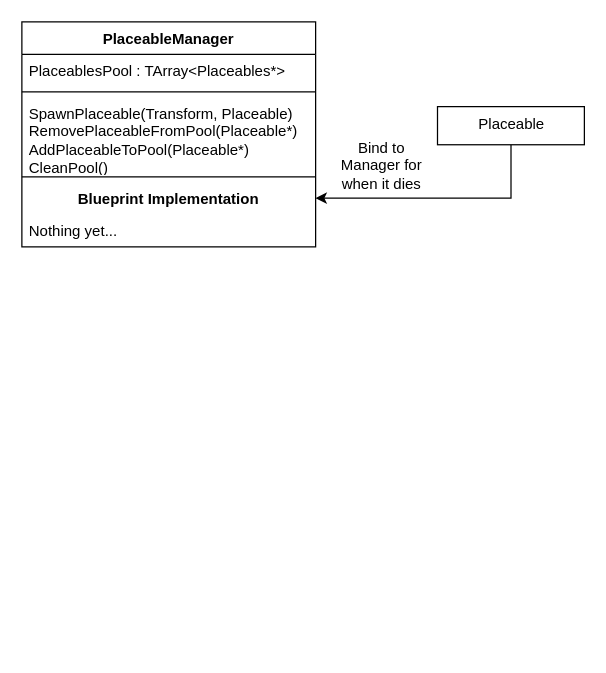
Above: Design/PlaceableManagerDesign.drawio in Edge321/DragonsDefense_v2 (draw.io), before the change. Source tidied: cells renumbered, new cells numbered last; positions are measured from the earlier drawing's top-left corner, leaving out a move shared by most shapes. Both pictures are drawn from the tidied source at 125%, with x=0, y=0 at pixel (21, 21).
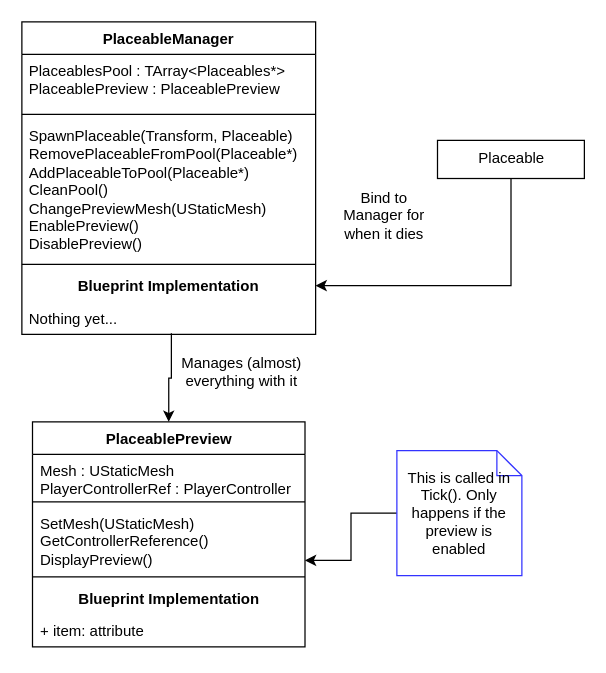
The same page after the edit.

Diff of the diagram source:
```diff
@@
     <mxCell id="2" value="PlaceableManager" style="swimlane;fontStyle=1;align=center;verticalAlign=top;horizontal=1;startSize=26;whiteSpace=wrap;html=1;" parent="1" vertex="1">
-      <mxGeometry width="235" height="180" as="geometry" />
+      <mxGeometry width="235" height="250" as="geometry" />
     </mxCell>
-    <mxCell id="3" value="PlaceablesPool : TArray&amp;lt;Placeables*&amp;gt;" style="text;strokeColor=none;fillColor=none;align=left;verticalAlign=top;spacingLeft=4;spacingRight=4;overflow=hidden;whiteSpace=wrap;html=1;" parent="2" vertex="1">
-      <mxGeometry y="26" width="235" height="26" as="geometry" />
+    <mxCell id="3" value="PlaceablesPool : TArray&amp;lt;Placeables*&amp;gt;&lt;br&gt;PlaceablePreview : PlaceablePreview" style="text;strokeColor=none;fillColor=none;align=left;verticalAlign=top;spacingLeft=4;spacingRight=4;overflow=hidden;whiteSpace=wrap;html=1;" parent="2" vertex="1">
+      <mxGeometry y="26" width="235" height="44" as="geometry" />
     </mxCell>
     <mxCell id="4" style="line;strokeWidth=1;fillColor=none;align=left;verticalAlign=middle;spacingTop=-1;spacingLeft=3;spacingRight=3;labelPosition=right;strokeColor=inherit;" parent="2" vertex="1">
-      <mxGeometry y="52" width="235" height="8" as="geometry" />
+      <mxGeometry y="70" width="235" height="8" as="geometry" />
     </mxCell>
-    <mxCell id="5" value="SpawnPlaceable(Transform, Placeable)&lt;br&gt;RemovePlaceableFromPool(Placeable*)&lt;br&gt;AddPlaceableToPool(Placeable*)&lt;br&gt;CleanPool()" style="text;strokeColor=none;fillColor=none;align=left;verticalAlign=top;spacingLeft=4;spacingRight=4;overflow=hidden;whiteSpace=wrap;html=1;" parent="2" vertex="1">
-      <mxGeometry y="60" width="235" height="60" as="geometry" />
+    <mxCell id="5" value="SpawnPlaceable(Transform, Placeable)&lt;br&gt;RemovePlaceableFromPool(Placeable*)&lt;br&gt;AddPlaceableToPool(Placeable*)&lt;br&gt;CleanPool()&lt;br&gt;ChangePreviewMesh(UStaticMesh)&lt;br&gt;EnablePreview()&lt;br&gt;DisablePreview()" style="text;strokeColor=none;fillColor=none;align=left;verticalAlign=top;spacingLeft=4;spacingRight=4;overflow=hidden;whiteSpace=wrap;html=1;" parent="2" vertex="1">
+      <mxGeometry y="78" width="235" height="112" as="geometry" />
     </mxCell>
     <mxCell id="6" style="line;strokeWidth=1;fillColor=none;align=left;verticalAlign=middle;spacingTop=-1;spacingLeft=3;spacingRight=3;labelPosition=right;strokeColor=inherit;" parent="2" vertex="1">
-      <mxGeometry y="120" width="235" height="8" as="geometry" />
+      <mxGeometry y="190" width="235" height="8" as="geometry" />
     </mxCell>
     <mxCell id="7" value="&lt;b&gt;Blueprint Implementation&lt;/b&gt;" style="text;strokeColor=none;fillColor=none;align=center;verticalAlign=top;spacingLeft=4;spacingRight=4;overflow=hidden;points=[[0,0.5],[1,0.5]];portConstraint=eastwest;whiteSpace=wrap;html=1;" parent="2" vertex="1">
-      <mxGeometry y="128" width="235" height="26" as="geometry" />
+      <mxGeometry y="198" width="235" height="26" as="geometry" />
     </mxCell>
     <mxCell id="8" value="Nothing yet..." style="text;strokeColor=none;fillColor=none;align=left;verticalAlign=top;spacingLeft=4;spacingRight=4;overflow=hidden;points=[[0,0.5],[1,0.5]];portConstraint=eastwest;whiteSpace=wrap;html=1;" parent="2" vertex="1">
-      <mxGeometry y="154" width="235" height="26" as="geometry" />
+      <mxGeometry y="224" width="235" height="26" as="geometry" />
     </mxCell>
@@
     <mxCell id="10" value="&lt;span style=&quot;font-weight: normal;&quot;&gt;Placeable&lt;/span&gt;" style="whiteSpace=wrap;html=1;verticalAlign=top;fontStyle=1;startSize=26;" parent="1" vertex="1">
-      <mxGeometry x="332.5" y="67.8" width="117.5" height="30.5" as="geometry" />
+      <mxGeometry x="332.5" y="94.8" width="117.5" height="30.5" as="geometry" />
     </mxCell>
     <mxCell id="11" value="Bind to Manager for when it dies" style="text;html=1;strokeColor=none;fillColor=none;align=center;verticalAlign=middle;whiteSpace=wrap;rounded=0;" parent="1" vertex="1">
-      <mxGeometry x="242.5" y="90" width="90" height="49" as="geometry" />
+      <mxGeometry x="245" y="130" width="90" height="49" as="geometry" />
     </mxCell>
+    <mxCell id="12" value="PlaceablePreview" style="swimlane;fontStyle=1;align=center;verticalAlign=top;horizontal=1;startSize=26;whiteSpace=wrap;html=1;" parent="1" vertex="1">
+      <mxGeometry x="8.5" y="320" width="218" height="180" as="geometry" />
+    </mxCell>
+    <mxCell id="13" value="Mesh : UStaticMesh&lt;br&gt;PlayerControllerRef : PlayerController" style="text;strokeColor=none;fillColor=none;align=left;verticalAlign=top;spacingLeft=4;spacingRight=4;overflow=hidden;whiteSpace=wrap;html=1;" parent="12" vertex="1">
+      <mxGeometry y="26" width="218" height="34" as="geometry" />
+    </mxCell>
+    <mxCell id="14" style="line;strokeWidth=1;fillColor=none;align=left;verticalAlign=middle;spacingTop=-1;spacingLeft=3;spacingRight=3;labelPosition=right;strokeColor=inherit;" parent="12" vertex="1">
+      <mxGeometry y="60" width="218" height="8" as="geometry" />
+    </mxCell>
+    <mxCell id="15" value="SetMesh(UStaticMesh)&lt;br&gt;GetControllerReference()&lt;br&gt;DisplayPreview()" style="text;strokeColor=none;fillColor=none;align=left;verticalAlign=top;spacingLeft=4;spacingRight=4;overflow=hidden;points=[[0,0.5],[1,0.5]];portConstraint=eastwest;whiteSpace=wrap;html=1;" parent="12" vertex="1">
+      <mxGeometry y="68" width="218" height="52" as="geometry" />
+    </mxCell>
+    <mxCell id="16" style="line;strokeWidth=1;fillColor=none;align=left;verticalAlign=middle;spacingTop=-1;spacingLeft=3;spacingRight=3;labelPosition=right;strokeColor=inherit;" parent="12" vertex="1">
+      <mxGeometry y="120" width="218" height="8" as="geometry" />
+    </mxCell>
+    <mxCell id="17" value="&lt;b&gt;Blueprint Implementation&lt;/b&gt;" style="text;strokeColor=none;fillColor=none;align=center;verticalAlign=top;spacingLeft=4;spacingRight=4;overflow=hidden;whiteSpace=wrap;html=1;" parent="12" vertex="1">
+      <mxGeometry y="128" width="218" height="26" as="geometry" />
+    </mxCell>
+    <mxCell id="18" value="+ item: attribute" style="text;strokeColor=none;fillColor=none;align=left;verticalAlign=top;spacingLeft=4;spacingRight=4;overflow=hidden;whiteSpace=wrap;html=1;" parent="12" vertex="1">
+      <mxGeometry y="154" width="218" height="26" as="geometry" />
+    </mxCell>
+    <mxCell id="19" style="edgeStyle=orthogonalEdgeStyle;rounded=0;jettySize=auto;html=1;exitX=0.509;exitY=0.967;exitDx=0;exitDy=0;exitPerimeter=0;entryX=0.5;entryY=0;entryDx=0;entryDy=0;" parent="1" edge="1" source="8" target="12">
+      <mxGeometry relative="1" as="geometry" />
+    </mxCell>
+    <mxCell id="20" value="Manages (almost) everything with it" style="text;html=1;strokeColor=none;fillColor=none;align=center;verticalAlign=middle;whiteSpace=wrap;rounded=0;" parent="1" vertex="1">
+      <mxGeometry x="124.5" y="260" width="102" height="40" as="geometry" />
+    </mxCell>
+    <mxCell id="21" style="edgeStyle=orthogonalEdgeStyle;rounded=0;jettySize=auto;html=1;entryX=1;entryY=0.823;entryDx=0;entryDy=0;entryPerimeter=0;" parent="1" edge="1" source="22" target="15">
+      <mxGeometry relative="1" as="geometry" />
+    </mxCell>
+    <mxCell id="22" value="This is called in Tick(). Only happens if the preview is enabled" style="shape=note;size=20;whiteSpace=wrap;html=1;strokeColor=#3333FF;" parent="1" vertex="1">
+      <mxGeometry x="300" y="343" width="100" height="100" as="geometry" />
+    </mxCell>
```
